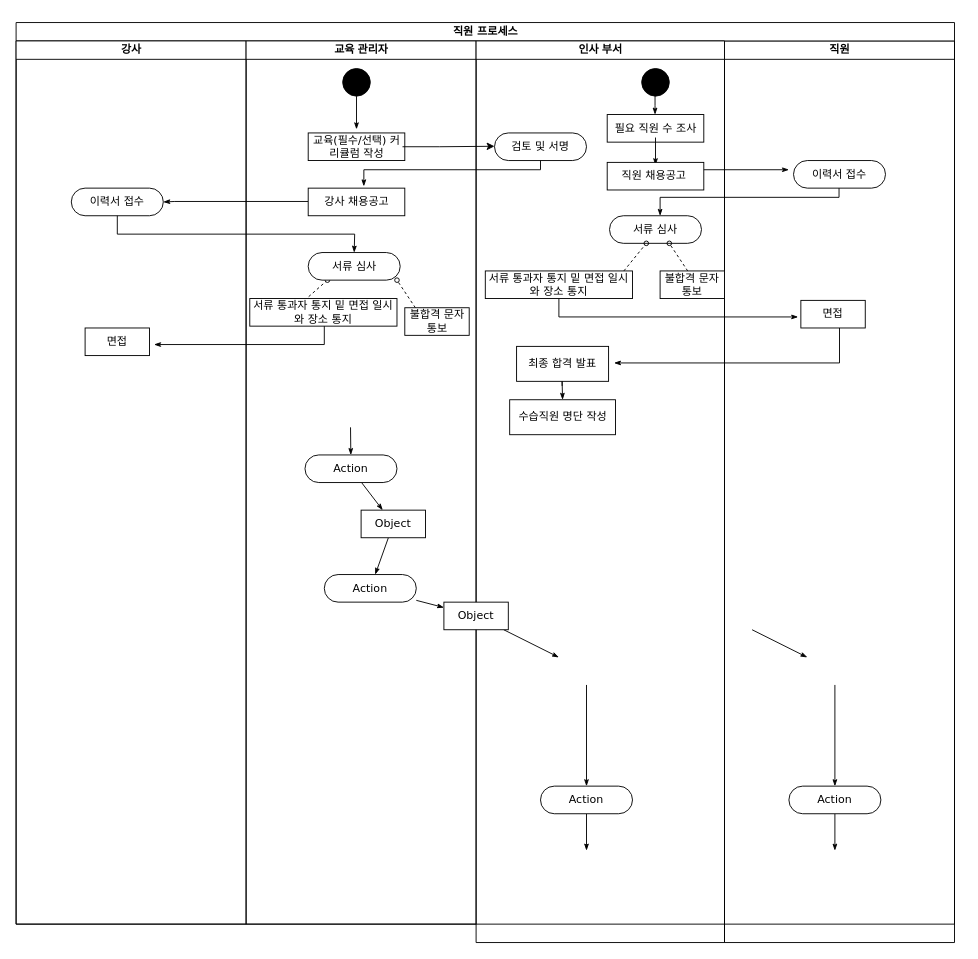
Earlier version of the draw.io diagram Untitled Diagram.drawio (jinhyezu/pangzo01). Source tidied: cells renumbered, new cells numbered last; positions are measured from the earlier drawing's top-left corner, leaving out a move shared by most shapes. Both pictures are drawn from the tidied source at 92%, with x=0, y=0 at pixel (16, 22).
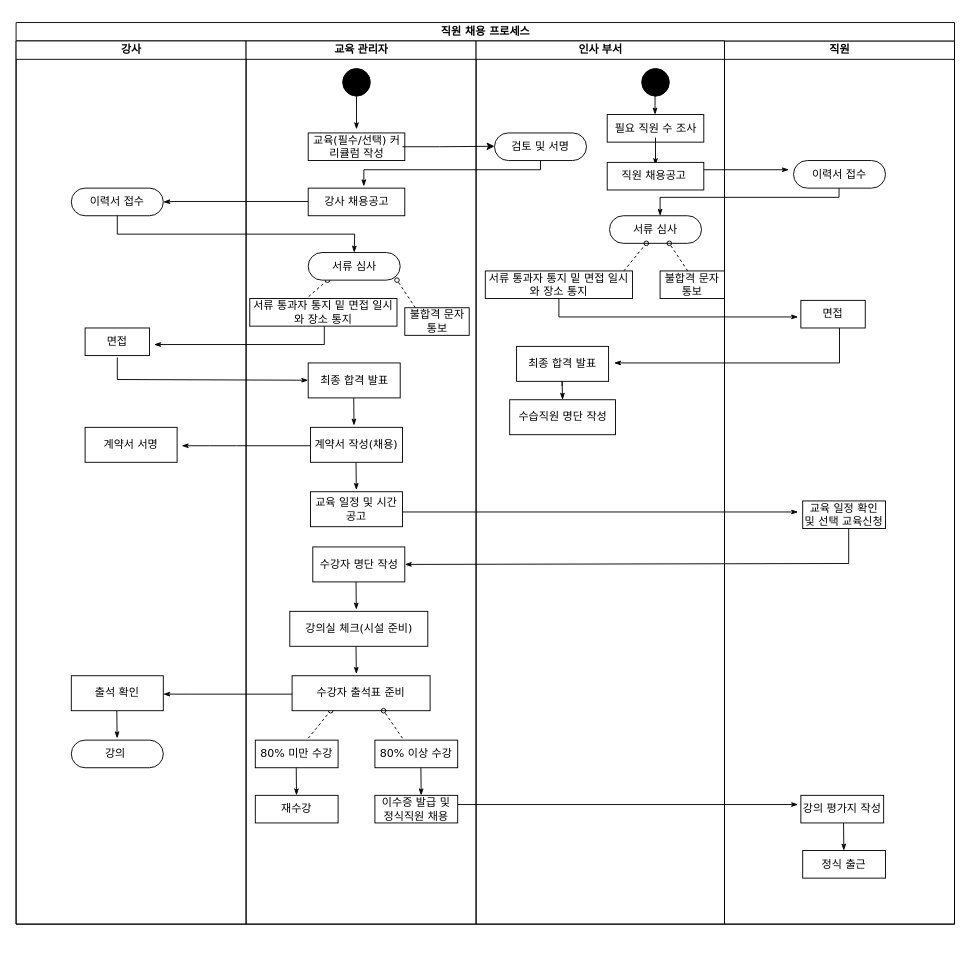
The same diagram, later.

Commit message:
직원 채용 프로세스

The change refers to these unchanged cells:
```xml
<mxCell id="14" value="강사" style="swimlane;html=1;startSize=20;" parent="13" vertex="1">
  <mxGeometry y="20" width="250" height="960" as="geometry" />
</mxCell>
<mxCell id="18" value="교육 관리자" style="swimlane;html=1;startSize=20;" parent="13" vertex="1">
  <mxGeometry x="250" y="20" width="250" height="960" as="geometry" />
</mxCell>
```

What changed in the source:
```diff
@@
     <mxCell id="2" value="직원" style="swimlane;html=1;startSize=20;" parent="1" vertex="1">
-      <mxGeometry x="770" y="20" width="250" height="980" as="geometry" />
+      <mxGeometry x="770" y="20" width="250" height="960" as="geometry" />
     </mxCell>
@@
-    <mxCell id="4" style="edgeStyle=none;rounded=0;html=1;labelBackgroundColor=none;startArrow=none;startFill=0;startSize=5;endArrow=classicThin;endFill=1;endSize=5;jettySize=auto;orthogonalLoop=1;strokeWidth=1;fontFamily=Verdana;fontSize=12;" parent="2" edge="1">
-      <mxGeometry relative="1" as="geometry">
-        <mxPoint x="30" y="640" as="sourcePoint" />
-        <mxPoint x="90" y="670" as="targetPoint" />
-      </mxGeometry>
-    </mxCell>
-    <mxCell id="5" style="edgeStyle=none;rounded=0;html=1;labelBackgroundColor=none;startArrow=none;startFill=0;startSize=5;endArrow=classicThin;endFill=1;endSize=5;jettySize=auto;strokeWidth=1;fontFamily=Verdana;fontSize=12;" parent="2" edge="1" target="7">
-      <mxGeometry relative="1" as="geometry">
-        <mxPoint x="120" y="700" as="sourcePoint" />
-      </mxGeometry>
-    </mxCell>
-    <mxCell id="6" style="edgeStyle=none;rounded=0;html=1;labelBackgroundColor=none;startArrow=none;startFill=0;startSize=5;endArrow=classicThin;endFill=1;endSize=5;jettySize=auto;strokeWidth=1;fontFamily=Verdana;fontSize=12;" parent="2" edge="1" source="7">
-      <mxGeometry relative="1" as="geometry">
-        <mxPoint x="120" y="880" as="targetPoint" />
-      </mxGeometry>
-    </mxCell>
-    <mxCell id="7" value="Action" style="rounded=1;whiteSpace=wrap;html=1;shadow=0;comic=0;labelBackgroundColor=none;strokeWidth=1;fontFamily=Verdana;fontSize=12;align=center;arcSize=50;" parent="2" vertex="1">
-      <mxGeometry x="70" y="810" width="100" height="30" as="geometry" />
-    </mxCell>
@@
+    <mxCell id="61" value="교육 일정 확인&lt;br&gt;및 선택 교육신청" style="rounded=0;whiteSpace=wrap;html=1;shadow=0;comic=0;labelBackgroundColor=none;strokeWidth=1;fontFamily=Verdana;fontSize=12;align=center;arcSize=50;" parent="2" vertex="1">
+      <mxGeometry x="85" y="500" width="90" height="30" as="geometry" />
+    </mxCell>
+    <mxCell id="62" style="edgeStyle=none;rounded=0;html=1;labelBackgroundColor=none;startArrow=none;startFill=0;startSize=5;endArrow=classicThin;endFill=1;endSize=5;jettySize=auto;strokeWidth=1;fontFamily=Verdana;fontSize=12;entryX=1;entryY=0.5;entryDx=0;entryDy=0;" parent="2" edge="1" target="78">
+      <mxGeometry relative="1" as="geometry">
+        <mxPoint x="135" y="530" as="sourcePoint" />
+        <Array as="points">
+          <mxPoint x="135" y="568" />
+        </Array>
+      </mxGeometry>
+    </mxCell>
+    <mxCell id="63" value="강의 평가지 작성" style="rounded=0;whiteSpace=wrap;html=1;shadow=0;comic=0;labelBackgroundColor=none;strokeWidth=1;fontFamily=Verdana;fontSize=12;align=center;arcSize=50;" parent="2" vertex="1">
+      <mxGeometry x="83" y="820" width="90" height="30" as="geometry" />
+    </mxCell>
+    <mxCell id="64" style="edgeStyle=none;rounded=0;html=1;labelBackgroundColor=none;startArrow=none;startFill=0;startSize=5;endArrow=classicThin;endFill=1;endSize=5;jettySize=auto;orthogonalLoop=1;strokeWidth=1;fontFamily=Verdana;fontSize=12;" parent="2" edge="1">
+      <mxGeometry relative="1" as="geometry">
+        <mxPoint x="129.4" y="850" as="sourcePoint" />
+        <mxPoint x="129.7" y="880" as="targetPoint" />
+      </mxGeometry>
+    </mxCell>
+    <mxCell id="65" value="정식 출근" style="rounded=0;whiteSpace=wrap;html=1;shadow=0;comic=0;labelBackgroundColor=none;strokeWidth=1;fontFamily=Verdana;fontSize=12;align=center;arcSize=50;" parent="2" vertex="1">
+      <mxGeometry x="85" y="880" width="90" height="30" as="geometry" />
+    </mxCell>
@@
-    <mxCell id="13" value="직원 프로세스" style="swimlane;html=1;startSize=20;rounded=0;shadow=0;comic=0;labelBackgroundColor=none;strokeWidth=1;fontFamily=Verdana;fontSize=12;align=center;" parent="1" vertex="1">
+    <mxCell id="13" value="직원 채용 프로세스" style="swimlane;html=1;startSize=20;rounded=0;shadow=0;comic=0;labelBackgroundColor=none;strokeWidth=1;fontFamily=Verdana;fontSize=12;align=center;" parent="1" vertex="1">
       <mxGeometry width="1020" height="980" as="geometry" />
     </mxCell>
@@
+    <mxCell id="66" value="강의&amp;nbsp;" style="rounded=1;whiteSpace=wrap;html=1;shadow=0;comic=0;labelBackgroundColor=none;strokeWidth=1;fontFamily=Verdana;fontSize=12;align=center;arcSize=50;" parent="14" vertex="1">
+      <mxGeometry x="60" y="760" width="100" height="30" as="geometry" />
+    </mxCell>
@@
+    <mxCell id="67" style="edgeStyle=none;rounded=0;html=1;labelBackgroundColor=none;startArrow=none;startFill=0;startSize=5;endArrow=classicThin;endFill=1;endSize=5;jettySize=auto;strokeWidth=1;fontFamily=Verdana;fontSize=12;" parent="14" edge="1" target="79">
+      <mxGeometry relative="1" as="geometry">
+        <mxPoint x="110" y="344" as="sourcePoint" />
+        <Array as="points">
+          <mxPoint x="110" y="368" />
+        </Array>
+      </mxGeometry>
+    </mxCell>
+    <mxCell id="68" style="edgeStyle=none;rounded=0;html=1;labelBackgroundColor=none;startArrow=none;startFill=0;startSize=5;endArrow=classicThin;endFill=1;endSize=5;jettySize=auto;orthogonalLoop=1;strokeWidth=1;fontFamily=Verdana;fontSize=12;" parent="14" edge="1">
+      <mxGeometry relative="1" as="geometry">
+        <mxPoint x="109.5" y="728" as="sourcePoint" />
+        <mxPoint x="109.8" y="758" as="targetPoint" />
+      </mxGeometry>
+    </mxCell>
+    <mxCell id="69" value="계약서 서명" style="rounded=0;whiteSpace=wrap;html=1;shadow=0;comic=0;labelBackgroundColor=none;strokeWidth=1;fontFamily=Verdana;fontSize=12;align=center;arcSize=50;" parent="14" vertex="1">
+      <mxGeometry x="75" y="420" width="100" height="38" as="geometry" />
+    </mxCell>
+    <mxCell id="70" style="edgeStyle=none;rounded=0;html=1;labelBackgroundColor=none;startArrow=none;startFill=0;startSize=5;endArrow=classicThin;endFill=1;endSize=5;jettySize=auto;orthogonalLoop=1;strokeWidth=1;fontFamily=Verdana;fontSize=12;" parent="14" edge="1">
+      <mxGeometry relative="1" as="geometry">
+        <mxPoint x="324.5" y="440" as="sourcePoint" />
+        <mxPoint x="180" y="440" as="targetPoint" />
+        <Array as="points">
+          <mxPoint x="239.5" y="440" />
+          <mxPoint x="210" y="440" />
+        </Array>
+      </mxGeometry>
+    </mxCell>
+    <mxCell id="71" style="edgeStyle=none;rounded=0;html=1;labelBackgroundColor=none;startArrow=none;startFill=0;startSize=5;endArrow=classicThin;endFill=1;endSize=5;jettySize=auto;orthogonalLoop=1;strokeWidth=1;fontFamily=Verdana;fontSize=12;" parent="14" edge="1">
+      <mxGeometry relative="1" as="geometry">
+        <mxPoint x="304.5" y="710" as="sourcePoint" />
+        <mxPoint x="160" y="710" as="targetPoint" />
+        <Array as="points">
+          <mxPoint x="219.5" y="710" />
+          <mxPoint x="190" y="710" />
+        </Array>
+      </mxGeometry>
+    </mxCell>
+    <mxCell id="72" value="출석 확인" style="rounded=0;whiteSpace=wrap;html=1;shadow=0;comic=0;labelBackgroundColor=none;strokeWidth=1;fontFamily=Verdana;fontSize=12;align=center;arcSize=50;" parent="14" vertex="1">
+      <mxGeometry x="60" y="690" width="100" height="38" as="geometry" />
+    </mxCell>
@@
-    <mxCell id="19" style="edgeStyle=none;rounded=0;html=1;labelBackgroundColor=none;startArrow=none;startFill=0;startSize=5;endArrow=classicThin;endFill=1;endSize=5;jettySize=auto;strokeWidth=1;fontFamily=Verdana;fontSize=12;" parent="18" edge="1" source="24" target="31">
-      <mxGeometry relative="1" as="geometry" />
-    </mxCell>
@@
+    <mxCell id="73" style="edgeStyle=none;rounded=0;html=1;dashed=1;labelBackgroundColor=none;startArrow=none;startFill=0;startSize=5;endArrow=oval;endFill=0;endSize=5;jettySize=auto;orthogonalLoop=1;strokeWidth=1;fontFamily=Verdana;fontSize=12;" parent="18" edge="1">
+      <mxGeometry relative="1" as="geometry">
+        <mxPoint x="67.5" y="758" as="sourcePoint" />
+        <mxPoint x="91.9" y="728" as="targetPoint" />
+      </mxGeometry>
+    </mxCell>
+    <mxCell id="74" value="재수강" style="rounded=0;whiteSpace=wrap;html=1;shadow=0;comic=0;labelBackgroundColor=none;strokeWidth=1;fontFamily=Verdana;fontSize=12;align=center;arcSize=50;" parent="18" vertex="1">
+      <mxGeometry x="10" y="820" width="90" height="30" as="geometry" />
+    </mxCell>
+    <mxCell id="75" value="80% 미만 수강" style="rounded=0;whiteSpace=wrap;html=1;shadow=0;comic=0;labelBackgroundColor=none;strokeWidth=1;fontFamily=Verdana;fontSize=12;align=center;arcSize=50;" parent="18" vertex="1">
+      <mxGeometry x="10" y="760" width="90" height="30" as="geometry" />
+    </mxCell>
+    <mxCell id="76" style="edgeStyle=none;rounded=0;html=1;labelBackgroundColor=none;startArrow=none;startFill=0;startSize=5;endArrow=classicThin;endFill=1;endSize=5;jettySize=auto;orthogonalLoop=1;strokeWidth=1;fontFamily=Verdana;fontSize=12;" parent="18" edge="1">
+      <mxGeometry relative="1" as="geometry">
+        <mxPoint x="54.5" y="790" as="sourcePoint" />
+        <mxPoint x="54.8" y="820" as="targetPoint" />
+      </mxGeometry>
+    </mxCell>
@@
-    <mxCell id="24" value="Action" style="rounded=1;whiteSpace=wrap;html=1;shadow=0;comic=0;labelBackgroundColor=none;strokeWidth=1;fontFamily=Verdana;fontSize=12;align=center;arcSize=50;" parent="18" vertex="1">
-      <mxGeometry x="64" y="450" width="100" height="30" as="geometry" />
-    </mxCell>
-    <mxCell id="25" style="edgeStyle=none;rounded=0;html=1;labelBackgroundColor=none;startArrow=none;startFill=0;startSize=5;endArrow=classicThin;endFill=1;endSize=5;jettySize=auto;strokeWidth=1;fontFamily=Verdana;fontSize=12;" parent="18" edge="1" target="24">
+    <mxCell id="25" style="edgeStyle=none;rounded=0;html=1;labelBackgroundColor=none;startArrow=none;startFill=0;startSize=5;endArrow=classicThin;endFill=1;endSize=5;jettySize=auto;orthogonalLoop=1;strokeWidth=1;fontFamily=Verdana;fontSize=12;" parent="18" edge="1">
       <mxGeometry relative="1" as="geometry">
-        <mxPoint x="113.5" y="420" as="sourcePoint" />
+        <mxPoint x="117" y="388" as="sourcePoint" />
+        <mxPoint x="117.3" y="418" as="targetPoint" />
       </mxGeometry>
     </mxCell>
-    <mxCell id="26" style="edgeStyle=none;rounded=0;html=1;labelBackgroundColor=none;startArrow=none;startFill=0;startSize=5;endArrow=classicThin;endFill=1;endSize=5;jettySize=auto;strokeWidth=1;fontFamily=Verdana;fontSize=12;" parent="18" edge="1" source="31" target="32">
-      <mxGeometry relative="1" as="geometry" />
-    </mxCell>
+    <mxCell id="77" style="edgeStyle=none;rounded=0;html=1;labelBackgroundColor=none;startArrow=none;startFill=0;startSize=5;endArrow=classicThin;endFill=1;endSize=5;jettySize=auto;orthogonalLoop=1;strokeWidth=1;fontFamily=Verdana;fontSize=12;" parent="18" edge="1">
+      <mxGeometry relative="1" as="geometry">
+        <mxPoint x="119.5" y="588" as="sourcePoint" />
+        <mxPoint x="119.8" y="618" as="targetPoint" />
+      </mxGeometry>
+    </mxCell>
+    <mxCell id="78" value="수강자 명단 작성" style="rounded=0;whiteSpace=wrap;html=1;shadow=0;comic=0;labelBackgroundColor=none;strokeWidth=1;fontFamily=Verdana;fontSize=12;align=center;arcSize=50;" parent="18" vertex="1">
+      <mxGeometry x="72.5" y="550" width="100" height="38" as="geometry" />
+    </mxCell>
@@
-    <mxCell id="31" value="Object" style="rounded=0;whiteSpace=wrap;html=1;shadow=0;comic=0;labelBackgroundColor=none;strokeWidth=1;fontFamily=Verdana;fontSize=12;align=center;arcSize=50;" parent="18" vertex="1">
-      <mxGeometry x="125" y="510" width="70" height="30" as="geometry" />
-    </mxCell>
-    <mxCell id="32" value="Action" style="rounded=1;whiteSpace=wrap;html=1;shadow=0;comic=0;labelBackgroundColor=none;strokeWidth=1;fontFamily=Verdana;fontSize=12;align=center;arcSize=50;" parent="18" vertex="1">
-      <mxGeometry x="85" y="580" width="100" height="30" as="geometry" />
-    </mxCell>
+    <mxCell id="79" value="최종 합격 발표" style="rounded=0;whiteSpace=wrap;html=1;shadow=0;comic=0;labelBackgroundColor=none;strokeWidth=1;fontFamily=Verdana;fontSize=12;align=center;arcSize=50;" parent="18" vertex="1">
+      <mxGeometry x="67.5" y="350" width="100" height="38" as="geometry" />
+    </mxCell>
+    <mxCell id="80" value="계약서 작성(채용)" style="rounded=0;whiteSpace=wrap;html=1;shadow=0;comic=0;labelBackgroundColor=none;strokeWidth=1;fontFamily=Verdana;fontSize=12;align=center;arcSize=50;" parent="18" vertex="1">
+      <mxGeometry x="70" y="420" width="100" height="38" as="geometry" />
+    </mxCell>
+    <mxCell id="81" style="edgeStyle=none;rounded=0;html=1;labelBackgroundColor=none;startArrow=none;startFill=0;startSize=5;endArrow=classicThin;endFill=1;endSize=5;jettySize=auto;orthogonalLoop=1;strokeWidth=1;fontFamily=Verdana;fontSize=12;" parent="18" edge="1">
+      <mxGeometry relative="1" as="geometry">
+        <mxPoint x="119.5" y="458" as="sourcePoint" />
+        <mxPoint x="119.8" y="488" as="targetPoint" />
+      </mxGeometry>
+    </mxCell>
@@
+    <mxCell id="82" value="교육 일정 및 시간 공고" style="rounded=0;whiteSpace=wrap;html=1;shadow=0;comic=0;labelBackgroundColor=none;strokeWidth=1;fontFamily=Verdana;fontSize=12;align=center;arcSize=50;" parent="18" vertex="1">
+      <mxGeometry x="70" y="490" width="100" height="38" as="geometry" />
+    </mxCell>
+    <mxCell id="83" style="edgeStyle=none;rounded=0;html=1;labelBackgroundColor=none;startArrow=none;startFill=0;startSize=5;endArrow=classicThin;endFill=1;endSize=5;jettySize=auto;orthogonalLoop=1;strokeWidth=1;fontFamily=Verdana;fontSize=12;" parent="18" edge="1">
+      <mxGeometry relative="1" as="geometry">
+        <mxPoint x="170" y="512" as="sourcePoint" />
+        <mxPoint x="600" y="512" as="targetPoint" />
+      </mxGeometry>
+    </mxCell>
+    <mxCell id="84" value="강의실 체크(시설 준비)" style="rounded=0;whiteSpace=wrap;html=1;shadow=0;comic=0;labelBackgroundColor=none;strokeWidth=1;fontFamily=Verdana;fontSize=12;align=center;arcSize=50;" parent="18" vertex="1">
+      <mxGeometry x="47.5" y="620" width="150" height="38" as="geometry" />
+    </mxCell>
+    <mxCell id="85" style="edgeStyle=none;rounded=0;html=1;labelBackgroundColor=none;startArrow=none;startFill=0;startSize=5;endArrow=classicThin;endFill=1;endSize=5;jettySize=auto;orthogonalLoop=1;strokeWidth=1;fontFamily=Verdana;fontSize=12;" parent="18" edge="1">
+      <mxGeometry relative="1" as="geometry">
+        <mxPoint x="119.5" y="658" as="sourcePoint" />
+        <mxPoint x="119.8" y="688" as="targetPoint" />
+      </mxGeometry>
+    </mxCell>
+    <mxCell id="86" value="수강자 출석표 준비" style="rounded=0;whiteSpace=wrap;html=1;shadow=0;comic=0;labelBackgroundColor=none;strokeWidth=1;fontFamily=Verdana;fontSize=12;align=center;arcSize=50;" parent="18" vertex="1">
+      <mxGeometry x="50" y="690" width="150" height="38" as="geometry" />
+    </mxCell>
+    <mxCell id="87" style="edgeStyle=none;rounded=0;html=1;dashed=1;labelBackgroundColor=none;startArrow=none;startFill=0;startSize=5;endArrow=oval;endFill=0;endSize=5;jettySize=auto;orthogonalLoop=1;strokeWidth=1;fontFamily=Verdana;fontSize=12;" parent="18" edge="1">
+      <mxGeometry relative="1" as="geometry">
+        <mxPoint x="170" y="758" as="sourcePoint" />
+        <mxPoint x="149.4" y="728" as="targetPoint" />
+      </mxGeometry>
+    </mxCell>
+    <mxCell id="88" value="80% 이상 수강" style="rounded=0;whiteSpace=wrap;html=1;shadow=0;comic=0;labelBackgroundColor=none;strokeWidth=1;fontFamily=Verdana;fontSize=12;align=center;arcSize=50;" parent="18" vertex="1">
+      <mxGeometry x="140" y="760" width="90" height="30" as="geometry" />
+    </mxCell>
+    <mxCell id="89" style="edgeStyle=none;rounded=0;html=1;labelBackgroundColor=none;startArrow=none;startFill=0;startSize=5;endArrow=classicThin;endFill=1;endSize=5;jettySize=auto;orthogonalLoop=1;strokeWidth=1;fontFamily=Verdana;fontSize=12;" parent="18" edge="1">
+      <mxGeometry relative="1" as="geometry">
+        <mxPoint x="190" y="790" as="sourcePoint" />
+        <mxPoint x="190.3" y="820" as="targetPoint" />
+      </mxGeometry>
+    </mxCell>
+    <mxCell id="90" value="이수증 발급 및 정식직원 채용" style="rounded=0;whiteSpace=wrap;html=1;shadow=0;comic=0;labelBackgroundColor=none;strokeWidth=1;fontFamily=Verdana;fontSize=12;align=center;arcSize=50;" parent="18" vertex="1">
+      <mxGeometry x="140" y="820" width="90" height="30" as="geometry" />
+    </mxCell>
@@
-    <mxCell id="37" style="edgeStyle=none;rounded=0;html=1;labelBackgroundColor=none;startArrow=none;startFill=0;startSize=5;endArrow=classicThin;endFill=1;endSize=5;jettySize=auto;strokeWidth=1;fontFamily=Verdana;fontSize=12;" parent="1" edge="1" source="32" target="43">
-      <mxGeometry relative="1" as="geometry" />
-    </mxCell>
+    <mxCell id="91" style="edgeStyle=none;rounded=0;html=1;labelBackgroundColor=none;startArrow=none;startFill=0;startSize=5;endArrow=classicThin;endFill=1;endSize=5;jettySize=auto;orthogonalLoop=1;strokeWidth=1;fontFamily=Verdana;fontSize=12;" parent="13" edge="1">
+      <mxGeometry relative="1" as="geometry">
+        <mxPoint x="480" y="850" as="sourcePoint" />
+        <mxPoint x="850" y="850" as="targetPoint" />
+      </mxGeometry>
+    </mxCell>
     <mxCell id="38" value="인사 부서" style="swimlane;html=1;startSize=20;" parent="1" vertex="1">
-      <mxGeometry x="500" y="20" width="270" height="980" as="geometry" />
+      <mxGeometry x="500" y="20" width="270" height="960" as="geometry" />
     </mxCell>
@@
-    <mxCell id="42" style="edgeStyle=none;rounded=0;html=1;labelBackgroundColor=none;startArrow=none;startFill=0;startSize=5;endArrow=classicThin;endFill=1;endSize=5;jettySize=auto;strokeWidth=1;fontFamily=Verdana;fontSize=12;" parent="38" edge="1" source="43">
-      <mxGeometry relative="1" as="geometry">
-        <mxPoint x="90" y="670" as="targetPoint" />
-      </mxGeometry>
-    </mxCell>
-    <mxCell id="43" value="Object" style="rounded=0;whiteSpace=wrap;html=1;shadow=0;comic=0;labelBackgroundColor=none;strokeWidth=1;fontFamily=Verdana;fontSize=12;align=center;arcSize=50;" parent="38" vertex="1">
-      <mxGeometry x="-35" y="610" width="70" height="30" as="geometry" />
-    </mxCell>
-    <mxCell id="44" style="edgeStyle=none;rounded=0;html=1;labelBackgroundColor=none;startArrow=none;startFill=0;startSize=5;endArrow=classicThin;endFill=1;endSize=5;jettySize=auto;strokeWidth=1;fontFamily=Verdana;fontSize=12;" parent="38" edge="1" target="46">
-      <mxGeometry relative="1" as="geometry">
-        <mxPoint x="120" y="700" as="sourcePoint" />
-      </mxGeometry>
-    </mxCell>
-    <mxCell id="45" style="edgeStyle=none;rounded=0;html=1;labelBackgroundColor=none;startArrow=none;startFill=0;startSize=5;endArrow=classicThin;endFill=1;endSize=5;jettySize=auto;strokeWidth=1;fontFamily=Verdana;fontSize=12;" parent="38" edge="1" source="46">
-      <mxGeometry relative="1" as="geometry">
-        <mxPoint x="120" y="880" as="targetPoint" />
-      </mxGeometry>
-    </mxCell>
-    <mxCell id="46" value="Action" style="rounded=1;whiteSpace=wrap;html=1;shadow=0;comic=0;labelBackgroundColor=none;strokeWidth=1;fontFamily=Verdana;fontSize=12;align=center;arcSize=50;" parent="38" vertex="1">
-      <mxGeometry x="70" y="810" width="100" height="30" as="geometry" />
-    </mxCell>
```
